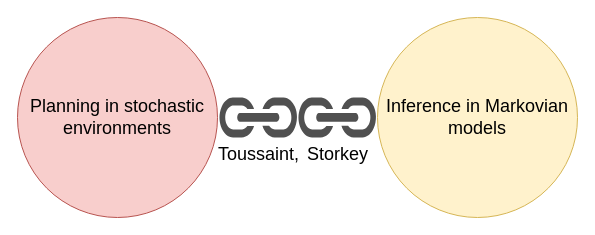
Above: page "Page-1" (1 of 2) of figs/figs.drawio in noamsgl/toussaint-storkey-2006-beamer (draw.io), before the change. Source tidied: cells renumbered, new cells numbered last; positions are measured from the earlier drawing's top-left corner, leaving out a move shared by most shapes. Both pictures are drawn from the tidied source at 100%, with x=0, y=0 at pixel (17, 17).
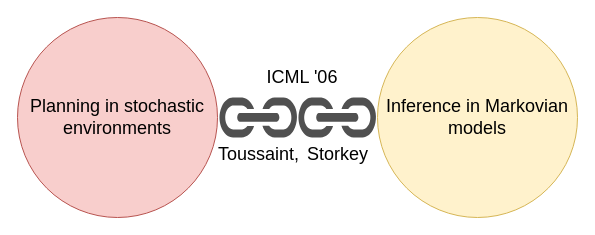
After the change.

The edit, as a diff of the source:
```diff
@@
 <mxGraphModel>
   <root>
     <mxCell id="0" />
     <mxCell id="1" parent="0" />
     <mxCell id="2" value="Planning in stochastic environments" style="ellipse;whiteSpace=wrap;html=1;fontSize=18;fillColor=#f8cecc;strokeColor=#b85450;" parent="1" vertex="1">
       <mxGeometry width="200" height="200" as="geometry" />
     </mxCell>
     <mxCell id="3" value="Inference in Markovian models" style="ellipse;whiteSpace=wrap;html=1;fontSize=18;fillColor=#fff2cc;strokeColor=#d6b656;" parent="1" vertex="1">
       <mxGeometry x="360" width="200" height="200" as="geometry" />
     </mxCell>
     <mxCell id="4" value="Toussaint," style="shadow=0;dashed=0;html=1;strokeColor=none;fillColor=#505050;labelPosition=center;verticalLabelPosition=bottom;verticalAlign=top;align=center;shape=mxgraph.office.concepts.link;fontSize=18;" parent="1" vertex="1">
       <mxGeometry x="201" y="80" width="80" height="40" as="geometry" />
     </mxCell>
     <mxCell id="5" value="Storkey" style="shadow=0;dashed=0;html=1;strokeColor=none;fillColor=#505050;labelPosition=center;verticalLabelPosition=bottom;verticalAlign=top;align=center;shape=mxgraph.office.concepts.link;fontSize=18;" parent="1" vertex="1">
       <mxGeometry x="280" y="80" width="80" height="40" as="geometry" />
     </mxCell>
+    <mxCell id="6" value="&lt;font style=&quot;font-size: 18px&quot;&gt;ICML '06&lt;/font&gt;" style="text;html=1;strokeColor=none;fillColor=none;align=center;verticalAlign=middle;whiteSpace=wrap;rounded=0;" parent="1" vertex="1">
+      <mxGeometry x="240" y="50" width="90" height="20" as="geometry" />
+    </mxCell>
   </root>
 </mxGraphModel>
```
